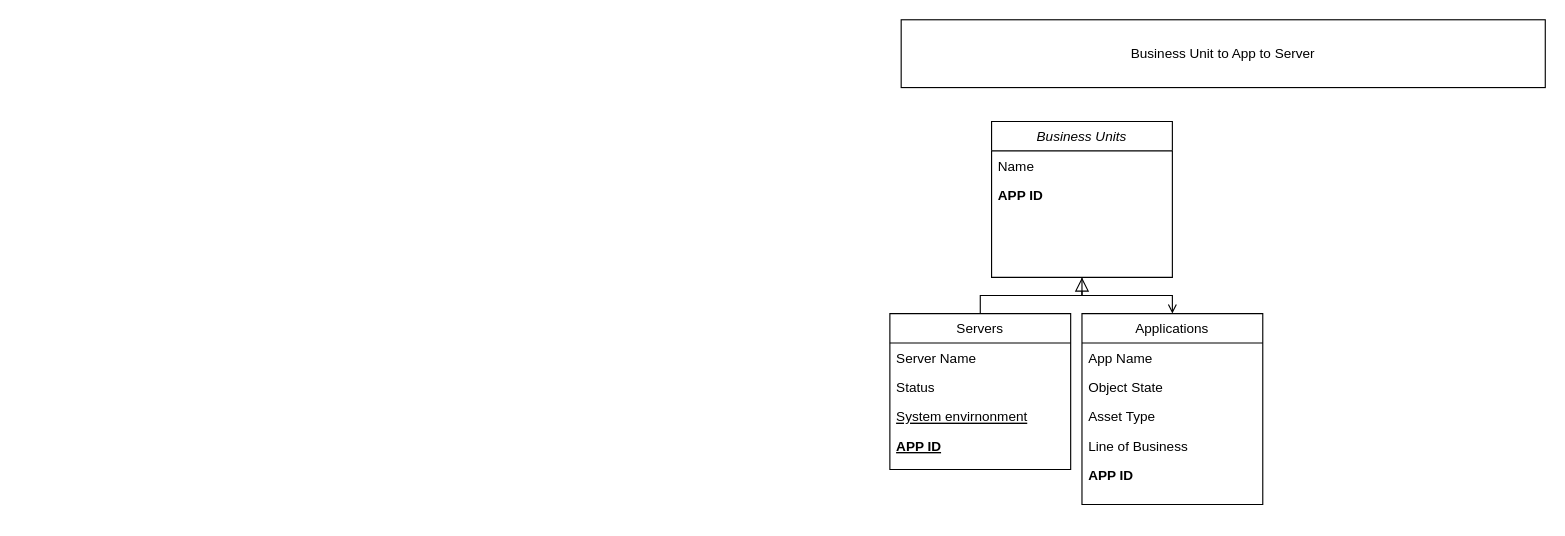
ACummings23/DS-SQL-Exercise keeps this draw.io diagram as page "Page-1" (1 of 2) of Untitled Diagram.drawio. Above is the earlier version. Source tidied: cells renumbered, new cells numbered last; positions are measured from the earlier drawing's top-left corner, leaving out a move shared by most shapes. Both pictures are drawn from the tidied source at 113%, with x=0, y=0 at pixel (889, 19).
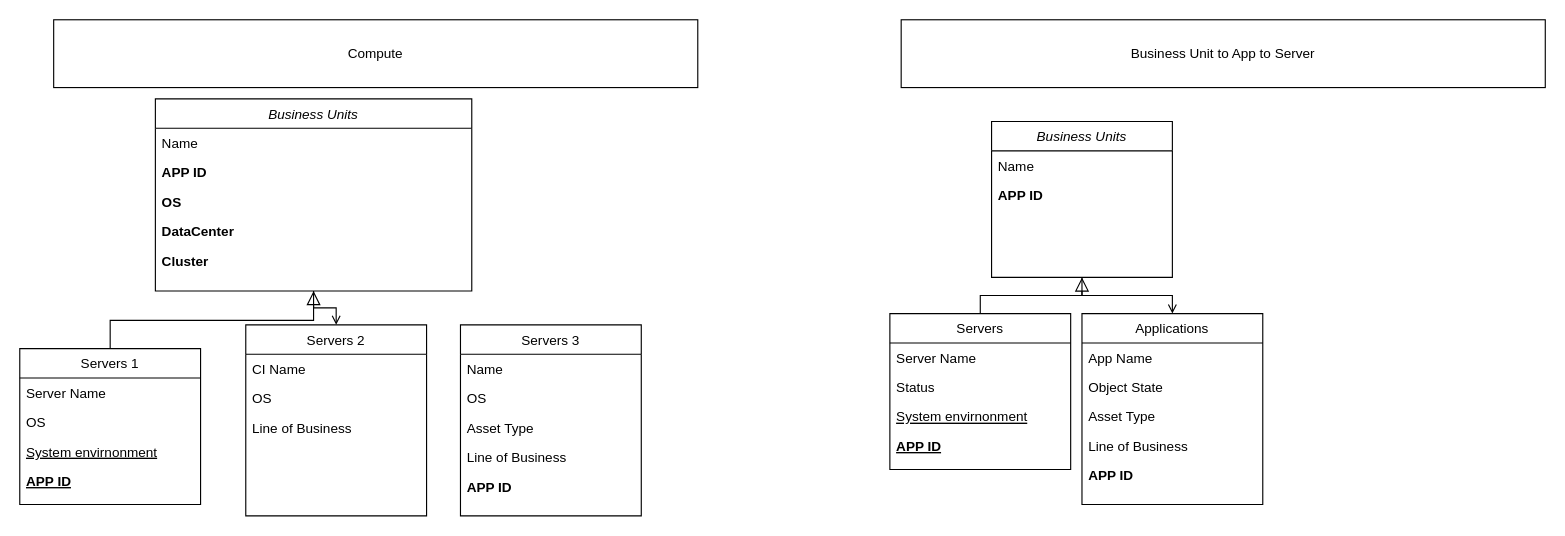
The same diagram, later.

What changed in the source:
```diff
@@
+    <mxCell id="19" value="Compute " style="rounded=0;whiteSpace=wrap;html=1;" parent="1" vertex="1">
+      <mxGeometry x="-740" width="570" height="60" as="geometry" />
+    </mxCell>
+    <mxCell id="20" value="Business Units" style="swimlane;fontStyle=2;align=center;verticalAlign=top;horizontal=1;startSize=26;rounded=0;shadow=0;strokeWidth=1;" parent="1" vertex="1">
+      <mxGeometry x="-650" y="70" width="280" height="170" as="geometry" />
+    </mxCell>
+    <mxCell id="21" value="Name" style="text;align=left;verticalAlign=top;spacingLeft=4;spacingRight=4;overflow=hidden;" parent="20" vertex="1">
+      <mxGeometry y="26" width="280" height="26" as="geometry" />
+    </mxCell>
+    <mxCell id="22" value="APP ID" style="text;align=left;verticalAlign=top;spacingLeft=4;spacingRight=4;overflow=hidden;rounded=0;shadow=0;html=0;fontStyle=1;" parent="20" vertex="1">
+      <mxGeometry y="52" width="280" height="26" as="geometry" />
+    </mxCell>
+    <mxCell id="23" value="OS" style="text;align=left;verticalAlign=top;spacingLeft=4;spacingRight=4;overflow=hidden;rounded=0;shadow=0;html=0;fontStyle=1;" parent="20" vertex="1">
+      <mxGeometry y="78" width="280" height="26" as="geometry" />
+    </mxCell>
+    <mxCell id="24" value="DataCenter" style="text;align=left;verticalAlign=top;spacingLeft=4;spacingRight=4;overflow=hidden;rounded=0;shadow=0;html=0;fontStyle=1;" parent="20" vertex="1">
+      <mxGeometry y="104" width="280" height="26" as="geometry" />
+    </mxCell>
+    <mxCell id="25" value="Cluster" style="text;align=left;verticalAlign=top;spacingLeft=4;spacingRight=4;overflow=hidden;rounded=0;shadow=0;html=0;fontStyle=1;" parent="20" vertex="1">
+      <mxGeometry y="130" width="280" height="26" as="geometry" />
+    </mxCell>
+    <mxCell id="26" value="Servers 1" style="swimlane;fontStyle=0;align=center;verticalAlign=top;horizontal=1;startSize=26;rounded=0;shadow=0;strokeWidth=1;" parent="1" vertex="1">
+      <mxGeometry x="-770" y="291" width="160" height="138" as="geometry" />
+    </mxCell>
+    <mxCell id="27" value="Server Name" style="text;align=left;verticalAlign=top;spacingLeft=4;spacingRight=4;overflow=hidden;" parent="26" vertex="1">
+      <mxGeometry y="26" width="160" height="26" as="geometry" />
+    </mxCell>
+    <mxCell id="28" value="OS" style="text;align=left;verticalAlign=top;spacingLeft=4;spacingRight=4;overflow=hidden;rounded=0;shadow=0;html=0;" parent="26" vertex="1">
+      <mxGeometry y="52" width="160" height="26" as="geometry" />
+    </mxCell>
+    <mxCell id="29" value="System envirnonment " style="text;align=left;verticalAlign=top;spacingLeft=4;spacingRight=4;overflow=hidden;fontStyle=4;" parent="26" vertex="1">
+      <mxGeometry y="78" width="160" height="26" as="geometry" />
+    </mxCell>
+    <mxCell id="30" value="APP ID" style="text;align=left;verticalAlign=top;spacingLeft=4;spacingRight=4;overflow=hidden;fontStyle=5;" parent="26" vertex="1">
+      <mxGeometry y="104" width="160" height="26" as="geometry" />
+    </mxCell>
+    <mxCell id="31" style="endArrow=block;endSize=10;endFill=0;shadow=0;strokeWidth=1;rounded=0;edgeStyle=elbowEdgeStyle;elbow=vertical;" parent="1" edge="1" source="26" target="20">
+      <mxGeometry relative="1" as="geometry" />
+    </mxCell>
+    <mxCell id="32" value="Servers 2" style="swimlane;fontStyle=0;align=center;verticalAlign=top;horizontal=1;startSize=26;rounded=0;shadow=0;strokeWidth=1;" parent="1" vertex="1">
+      <mxGeometry x="-570" y="270" width="160" height="169" as="geometry" />
+    </mxCell>
+    <mxCell id="33" value="CI Name" style="text;align=left;verticalAlign=top;spacingLeft=4;spacingRight=4;overflow=hidden;" parent="32" vertex="1">
+      <mxGeometry y="26" width="160" height="26" as="geometry" />
+    </mxCell>
+    <mxCell id="34" value="OS" style="text;align=left;verticalAlign=top;spacingLeft=4;spacingRight=4;overflow=hidden;rounded=0;shadow=0;html=0;" parent="32" vertex="1">
+      <mxGeometry y="52" width="160" height="26" as="geometry" />
+    </mxCell>
+    <mxCell id="35" value="Line of Business" style="text;align=left;verticalAlign=top;spacingLeft=4;spacingRight=4;overflow=hidden;rounded=0;shadow=0;html=0;" parent="32" vertex="1">
+      <mxGeometry y="78" width="160" height="26" as="geometry" />
+    </mxCell>
+    <mxCell id="36" style="endArrow=open;shadow=0;strokeWidth=1;rounded=0;endFill=1;edgeStyle=elbowEdgeStyle;elbow=vertical;" parent="1" edge="1" source="20" target="32">
+      <mxGeometry x="0.5" y="41" relative="1" as="geometry">
+        <mxPoint x="-40" y="32" as="offset" />
+      </mxGeometry>
+    </mxCell>
+    <mxCell id="37" value="Servers 3" style="swimlane;fontStyle=0;align=center;verticalAlign=top;horizontal=1;startSize=26;rounded=0;shadow=0;strokeWidth=1;" parent="1" vertex="1">
+      <mxGeometry x="-380" y="270" width="160" height="169" as="geometry" />
+    </mxCell>
+    <mxCell id="38" value="Name" style="text;align=left;verticalAlign=top;spacingLeft=4;spacingRight=4;overflow=hidden;" parent="37" vertex="1">
+      <mxGeometry y="26" width="160" height="26" as="geometry" />
+    </mxCell>
+    <mxCell id="39" value="OS" style="text;align=left;verticalAlign=top;spacingLeft=4;spacingRight=4;overflow=hidden;rounded=0;shadow=0;html=0;" parent="37" vertex="1">
+      <mxGeometry y="52" width="160" height="26" as="geometry" />
+    </mxCell>
+    <mxCell id="40" value="Asset Type" style="text;align=left;verticalAlign=top;spacingLeft=4;spacingRight=4;overflow=hidden;rounded=0;shadow=0;html=0;" parent="37" vertex="1">
+      <mxGeometry y="78" width="160" height="26" as="geometry" />
+    </mxCell>
+    <mxCell id="41" value="Line of Business" style="text;align=left;verticalAlign=top;spacingLeft=4;spacingRight=4;overflow=hidden;rounded=0;shadow=0;html=0;" parent="37" vertex="1">
+      <mxGeometry y="104" width="160" height="26" as="geometry" />
+    </mxCell>
+    <mxCell id="42" value="APP ID" style="text;align=left;verticalAlign=top;spacingLeft=4;spacingRight=4;overflow=hidden;rounded=0;shadow=0;html=0;fontStyle=1;" parent="37" vertex="1">
+      <mxGeometry y="130" width="160" height="26" as="geometry" />
+    </mxCell>
```
